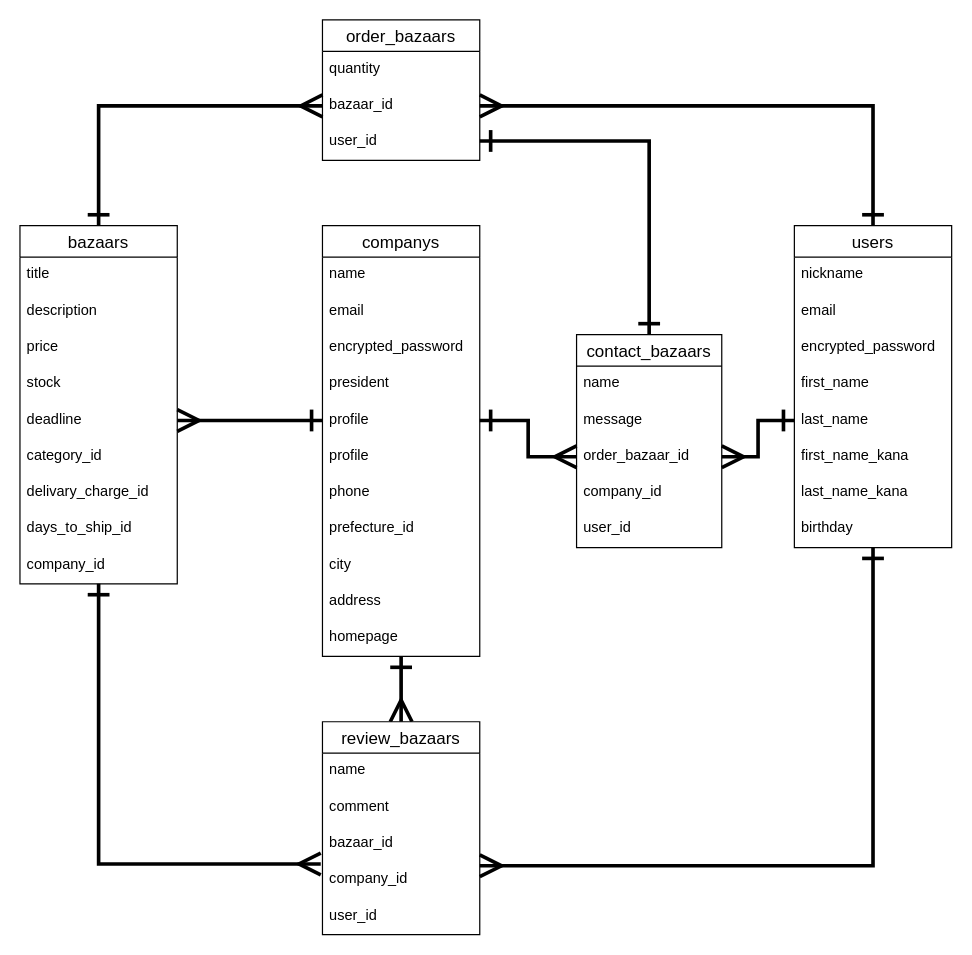
The draw.io diagram DB_ER_Buzaar.dio in Sashimi0343/losstop, before the edit. Source tidied: cells renumbered, new cells numbered last; positions are measured from the earlier drawing's top-left corner, leaving out a move shared by most shapes. Both pictures are drawn from the tidied source at 121%, with x=0, y=0 at pixel (19, 19).
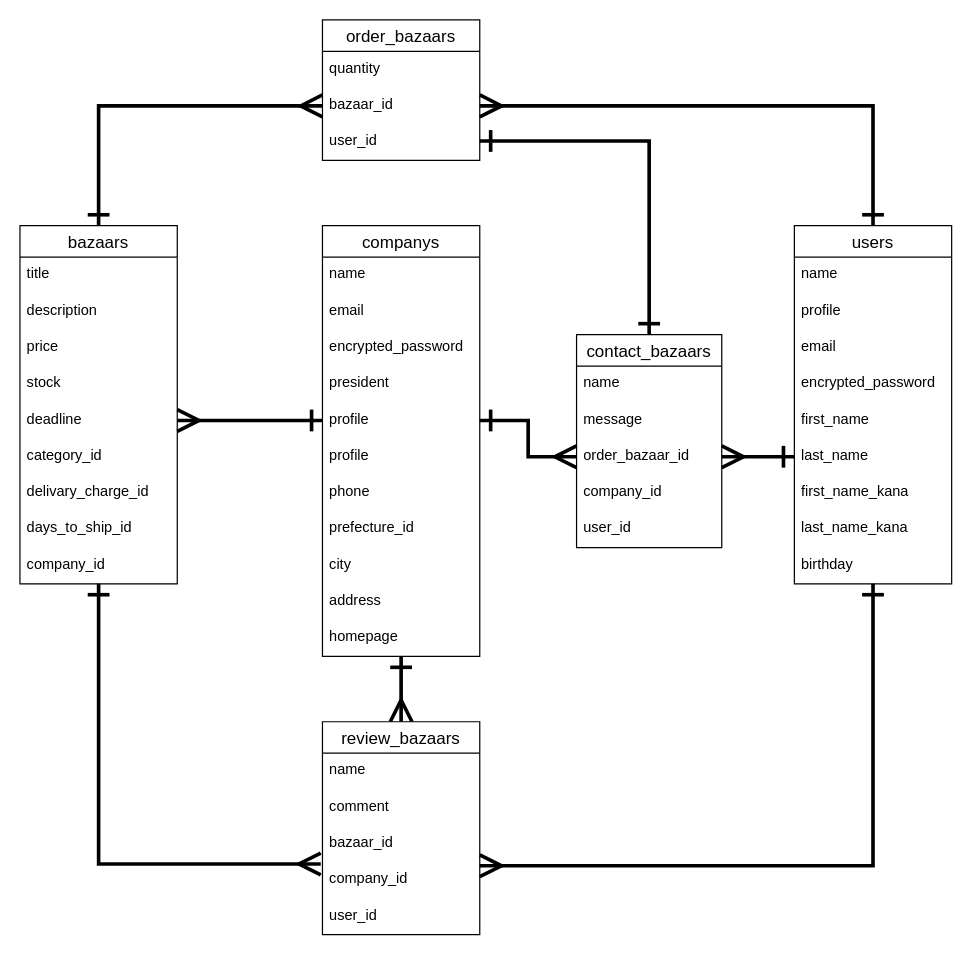
The same diagram, later.

Diff of the diagram source:
```diff
@@
     <mxCell id="23" value="users" style="swimlane;fontStyle=0;horizontal=1;startSize=26;align=center;fontSize=14;" parent="1" vertex="1">
-      <mxGeometry x="640" y="170" width="130" height="266" as="geometry" />
+      <mxGeometry x="640" y="170" width="130" height="296" as="geometry" />
     </mxCell>
+    <mxCell id="58" value="name" style="text;strokeColor=none;fillColor=none;spacingLeft=4;spacingRight=4;overflow=hidden;fontSize=12;" parent="23" vertex="1">
+      <mxGeometry y="26" width="130" height="30" as="geometry" />
+    </mxCell>
-    <mxCell id="24" value="nickname" style="text;strokeColor=none;fillColor=none;spacingLeft=4;spacingRight=4;overflow=hidden;fontSize=12;" parent="23" vertex="1">
-      <mxGeometry y="26" width="130" height="30" as="geometry" />
+    <mxCell id="24" value="profile" style="text;strokeColor=none;fillColor=none;spacingLeft=4;spacingRight=4;overflow=hidden;fontSize=12;" parent="23" vertex="1">
+      <mxGeometry y="56" width="130" height="30" as="geometry" />
     </mxCell>
     <mxCell id="25" value="email" style="text;strokeColor=none;fillColor=none;spacingLeft=4;spacingRight=4;overflow=hidden;fontSize=12;" parent="23" vertex="1">
-      <mxGeometry y="56" width="130" height="30" as="geometry" />
+      <mxGeometry y="86" width="130" height="30" as="geometry" />
     </mxCell>
     <mxCell id="26" value="encrypted_password" style="text;strokeColor=none;fillColor=none;spacingLeft=4;spacingRight=4;overflow=hidden;fontSize=12;" parent="23" vertex="1">
-      <mxGeometry y="86" width="130" height="30" as="geometry" />
+      <mxGeometry y="116" width="130" height="30" as="geometry" />
     </mxCell>
     <mxCell id="27" value="first_name" style="text;strokeColor=none;fillColor=none;spacingLeft=4;spacingRight=4;overflow=hidden;fontSize=12;" parent="23" vertex="1">
-      <mxGeometry y="116" width="130" height="30" as="geometry" />
+      <mxGeometry y="146" width="130" height="30" as="geometry" />
     </mxCell>
     <mxCell id="28" value="last_name" style="text;strokeColor=none;fillColor=none;spacingLeft=4;spacingRight=4;overflow=hidden;points=[[0,0.5],[1,0.5]];portConstraint=eastwest;fontSize=12;" parent="23" vertex="1">
-      <mxGeometry y="146" width="130" height="30" as="geometry" />
+      <mxGeometry y="176" width="130" height="30" as="geometry" />
     </mxCell>
     <mxCell id="29" value="first_name_kana" style="text;strokeColor=none;fillColor=none;spacingLeft=4;spacingRight=4;overflow=hidden;fontSize=12;" parent="23" vertex="1">
-      <mxGeometry y="176" width="130" height="30" as="geometry" />
+      <mxGeometry y="206" width="130" height="30" as="geometry" />
     </mxCell>
     <mxCell id="30" value="last_name_kana" style="text;strokeColor=none;fillColor=none;spacingLeft=4;spacingRight=4;overflow=hidden;fontSize=12;" parent="23" vertex="1">
-      <mxGeometry y="206" width="130" height="30" as="geometry" />
+      <mxGeometry y="236" width="130" height="30" as="geometry" />
     </mxCell>
     <mxCell id="31" value="birthday" style="text;strokeColor=none;fillColor=none;spacingLeft=4;spacingRight=4;overflow=hidden;fontSize=12;" parent="23" vertex="1">
-      <mxGeometry y="236" width="130" height="30" as="geometry" />
+      <mxGeometry y="266" width="130" height="30" as="geometry" />
     </mxCell>
```
